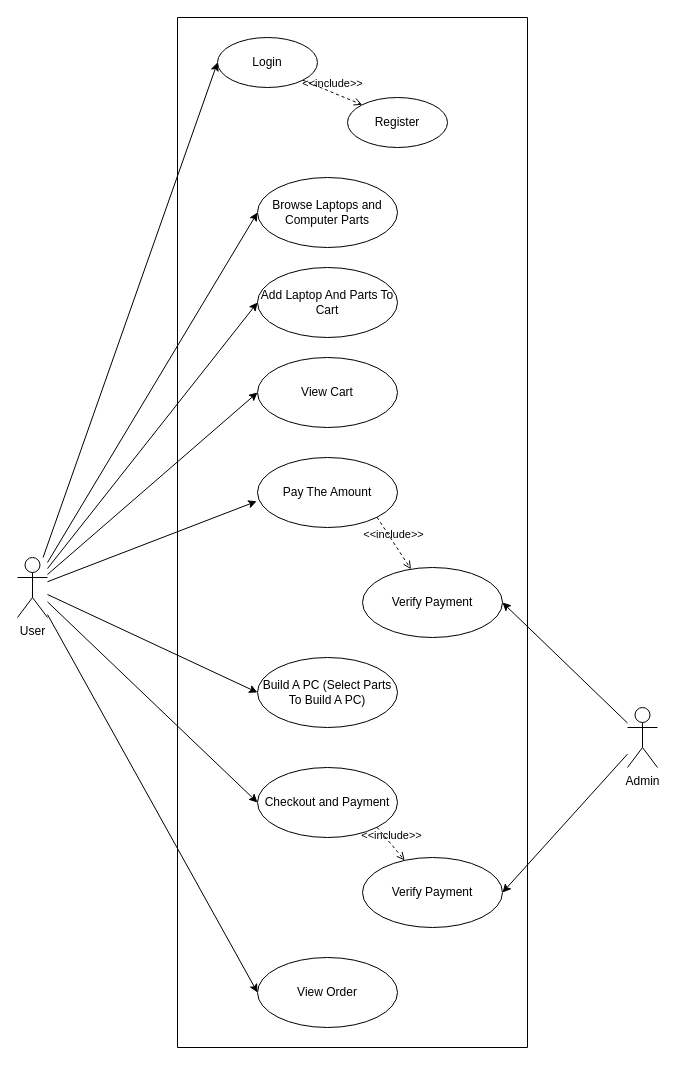
The draw.io diagram usecase.drawio in mandish-nv/HAVOCAURA, before the edit. Source tidied: cells renumbered, new cells numbered last; positions are measured from the earlier drawing's top-left corner, leaving out a move shared by most shapes. Both pictures are drawn from the tidied source at 100%, with x=0, y=0 at pixel (17, 17).
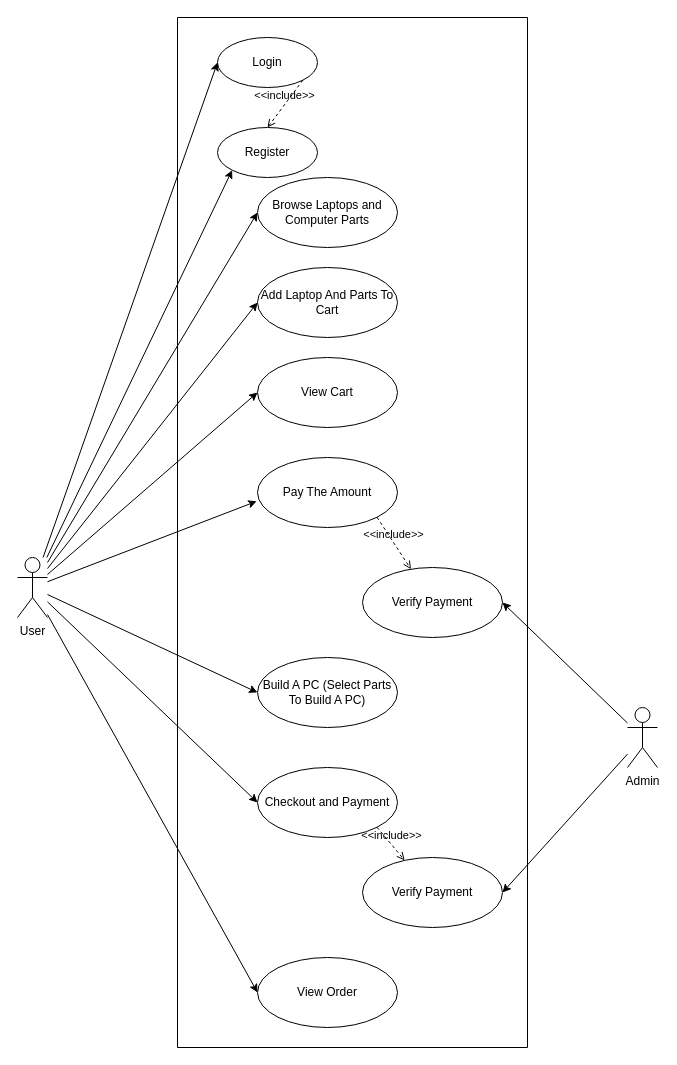
Above is the later version.

The change refers to these unchanged cells:
```xml
<mxCell id="2" style="swimlane;startSize=0;" parent="1" vertex="1">
  <mxGeometry x="160" width="350" height="1030" as="geometry" />
</mxCell>
<mxCell id="3" value="Login" style="ellipse;whiteSpace=wrap;html=1;" parent="2" vertex="1">
  <mxGeometry x="40" y="20" width="100" height="50" as="geometry" />
</mxCell>
<mxCell id="24" value="User" style="shape=umlActor;html=1;verticalLabelPosition=bottom;verticalAlign=top;align=center;" parent="1" vertex="1">
  <mxGeometry y="540" width="30" height="60" as="geometry" />
</mxCell>
```

Change to the diagram source:
```diff
@@
     <mxCell id="4" value="Register" style="ellipse;whiteSpace=wrap;html=1;" parent="2" vertex="1">
-      <mxGeometry x="170" y="80" width="100" height="50" as="geometry" />
+      <mxGeometry x="40" y="110" width="100" height="50" as="geometry" />
     </mxCell>
-    <mxCell id="5" value="&amp;lt;&amp;lt;include&amp;gt;&amp;gt;" style="edgeStyle=none;html=1;endArrow=open;verticalAlign=bottom;dashed=1;labelBackgroundColor=none;entryX=0;entryY=0;entryDx=0;entryDy=0;exitX=1;exitY=1;exitDx=0;exitDy=0;" parent="2" edge="1" source="3" target="4">
+    <mxCell id="5" value="&amp;lt;&amp;lt;include&amp;gt;&amp;gt;" style="edgeStyle=none;html=1;endArrow=open;verticalAlign=bottom;dashed=1;labelBackgroundColor=none;entryX=0.5;entryY=0;entryDx=0;entryDy=0;exitX=1;exitY=1;exitDx=0;exitDy=0;" parent="2" edge="1" source="3" target="4">
       <mxGeometry relative="1" as="geometry" />
     </mxCell>
@@
+    <mxCell id="29" style="edgeStyle=none;html=1;entryX=0;entryY=1;entryDx=0;entryDy=0;" parent="1" edge="1" source="24" target="4">
+      <mxGeometry relative="1" as="geometry" />
+    </mxCell>
```
